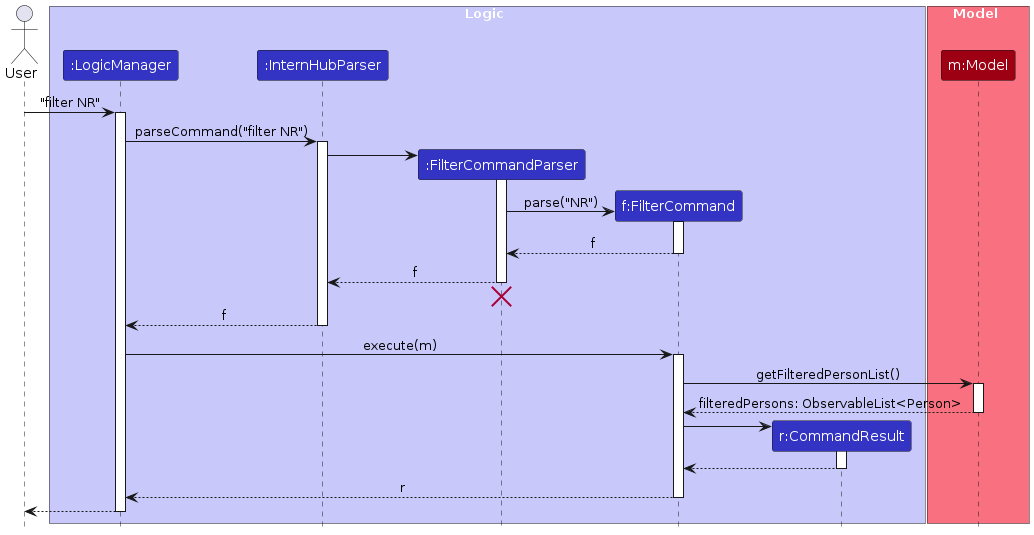
This is diagrams/FilterSequenceDiagram.png from AY2324S2-CS2103T-F14-1/tp, a PlantUML export, as it was before one commit. Its source is kept beside it as diagrams/FilterSequenceDiagram.puml.
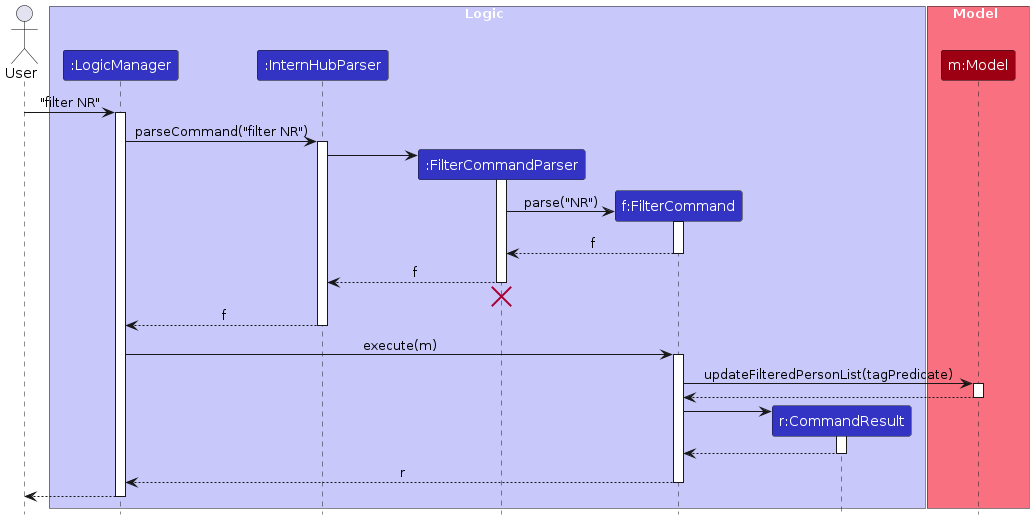
The same diagram one commit later.

Diff of the diagram source:
```diff
@@ -44,10 +44,10 @@
 LogicManager -> FilterCommand : execute(m)
 activate FilterCommand
 
-FilterCommand -> Model : getFilteredPersonList()
+FilterCommand -> Model : updateFilteredPersonList(tagPredicate)
 activate Model
 
-Model --> FilterCommand : filteredPersons: ObservableList<Person>
+Model --> FilterCommand
 deactivate Model
 
 create CommandResult
```
